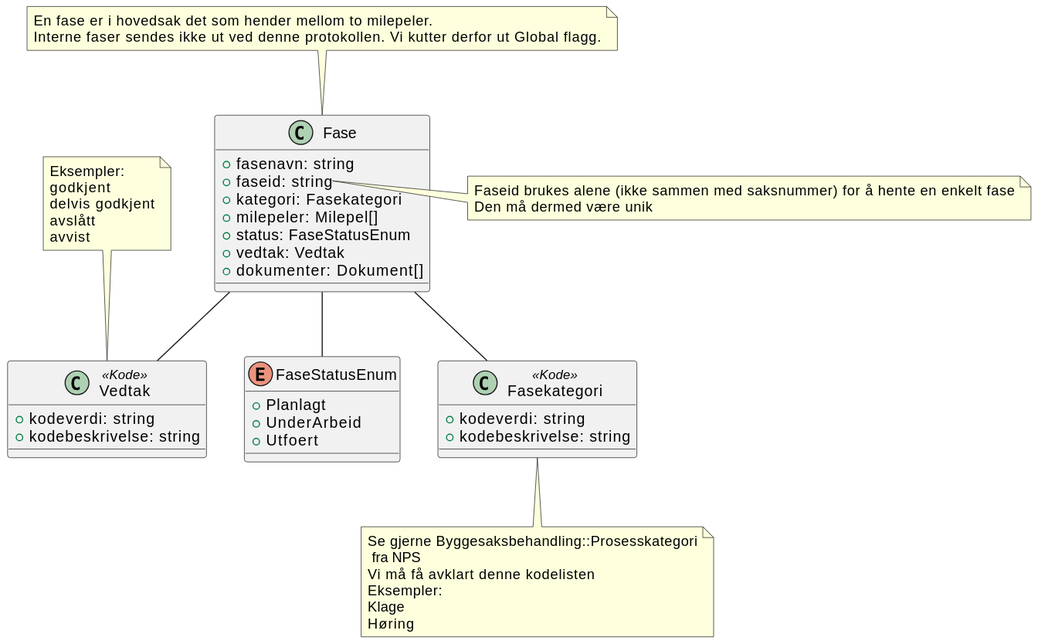
Before: Dokumentasjon/V1/ClassDiagrams/no.ks.fiks.saksfaser.v1.felles.fase/classdiagram.svg, a diagram exported from PlantUML (ks-no/fiks-saksfaser-specification).
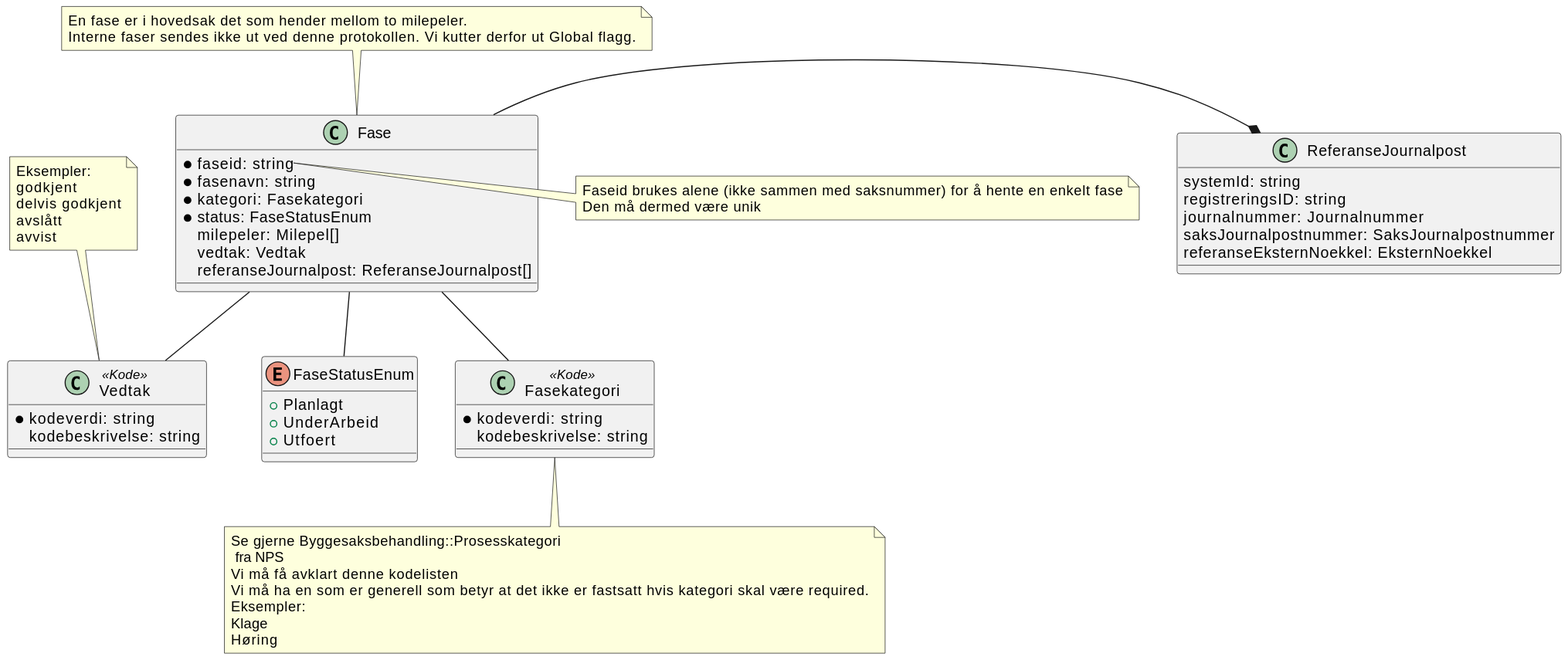
The same diagram one commit later.

The edit, as a diff of the source:
```diff
@@ -1,13 +1,19 @@
 @startuml
+!include ./../no.ks.fiks.saksfaser.v1.felles.referansejournalpost/classdiagram.pu
+
+
+
 class Fase {
-    +fasenavn: string
-    +faseid: string
-    +kategori: Fasekategori
-    +milepeler: Milepel[]
-    +status: FaseStatusEnum
-    +vedtak: Vedtak
-    +dokumenter: Dokument[]
+    *faseid: string
+    *fasenavn: string
+    *kategori: Fasekategori
+    *status: FaseStatusEnum
+    milepeler: Milepel[]
+    vedtak: Vedtak
+    referanseJournalpost: ReferanseJournalpost[]
 }
+
+Fase -* ReferanseJournalpost
 
 note top of Fase : En fase er i hovedsak det som hender mellom to milepeler.\nInterne faser sendes ikke ut ved denne protokollen. Vi kutter derfor ut Global flagg.
 
@@ -29,14 +35,14 @@
 note top of Vedtak : Eksempler:\ngodkjent\ndelvis godkjent\navslått\navvist
 
 class Vedtak <<Kode>> {
-    +kodeverdi: string
-    +kodebeskrivelse: string
+    *kodeverdi: string
+    kodebeskrivelse: string
 }
 
 class Fasekategori <<Kode>> {
-    +kodeverdi: string
-    +kodebeskrivelse: string
+    *kodeverdi: string
+    kodebeskrivelse: string
 }
 
-note bottom of Fasekategori : Se gjerne Byggesaksbehandling::Prosesskategori\n fra NPS\nVi må få avklart denne kodelisten\nEksempler:\nKlage\nHøring
+note bottom of Fasekategori : Se gjerne Byggesaksbehandling::Prosesskategori\n fra NPS\nVi må få avklart denne kodelisten\nVi må ha en som er generell som betyr at det ikke er fastsatt hvis kategori skal være required.\nEksempler:\nKlage\nHøring
 @enduml
```
